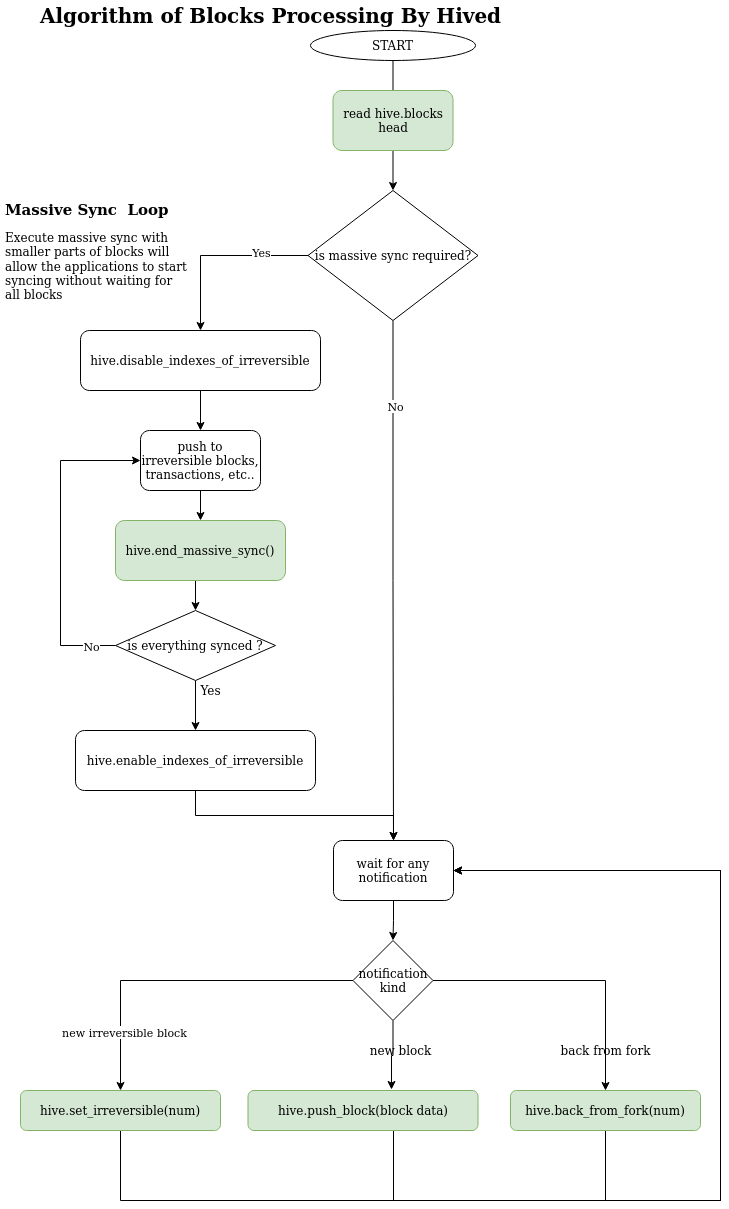
openhive-network/HAfAH keeps this draw.io diagram as src/hive_fork_manager/doc/evq_hived_process_blocks.png. Above is the earlier version. Source tidied: cells renumbered, new cells last; positions are measured from the earlier drawing's top-left corner, leaving out a move shared by most shapes.
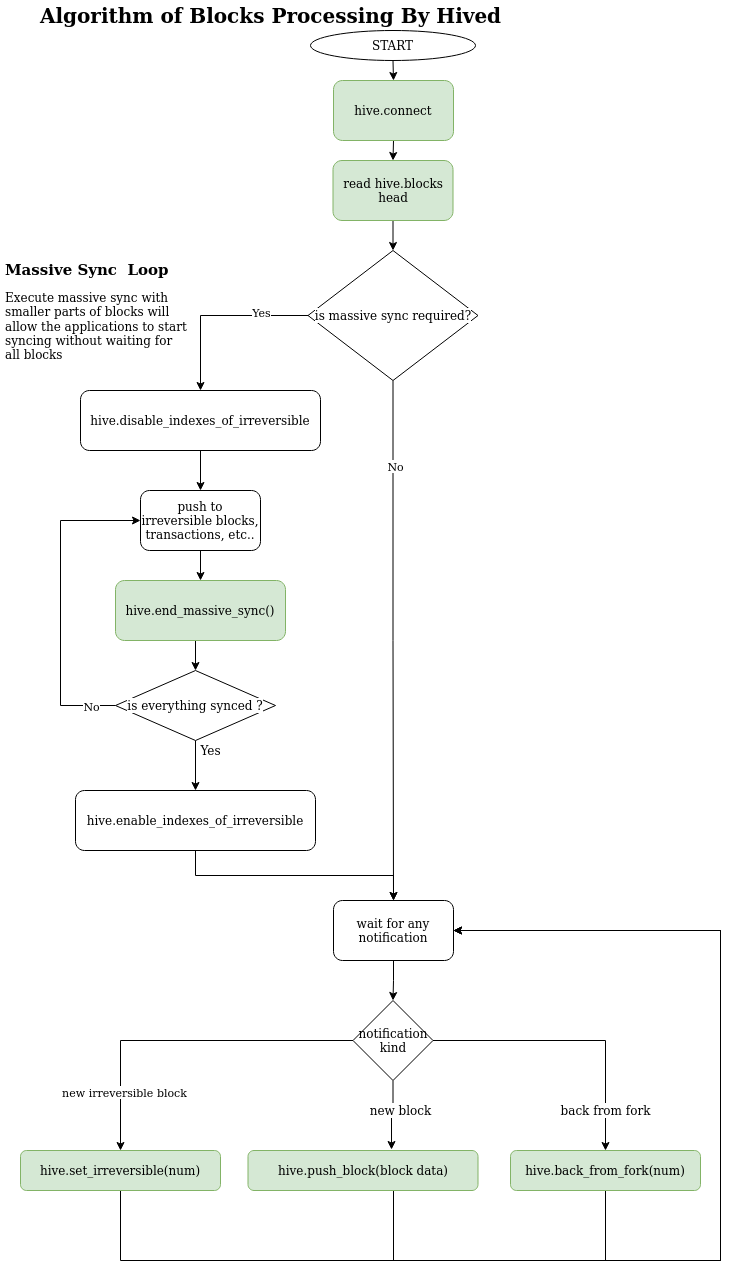
Above is the later version.

The edit, as a diff of the source:
```diff
@@ -2,71 +2,69 @@
   <root>
     <mxCell id="0" />
     <mxCell id="1" parent="0" />
-    <mxCell id="2" style="edgeStyle=orthogonalEdgeStyle;rounded=0;jettySize=auto;html=1;exitX=0.5;exitY=1;exitDx=0;exitDy=0;entryX=0.5;entryY=0;entryDx=0;entryDy=0;" parent="1" edge="1" source="3">
-      <mxGeometry relative="1" as="geometry">
-        <mxPoint x="392.5" y="120" as="targetPoint" />
-      </mxGeometry>
-    </mxCell>
+    <mxCell id="41" style="edgeStyle=orthogonalEdgeStyle;rounded=0;jettySize=auto;html=1;exitX=0.5;exitY=1;exitDx=0;exitDy=0;entryX=0.5;entryY=0;entryDx=0;entryDy=0;labelBackgroundColor=default;fontColor=default;strokeColor=default;" parent="1" edge="1" source="3" target="43">
+      <mxGeometry relative="1" as="geometry" />
+    </mxCell>
     <mxCell id="3" value="START" style="ellipse;whiteSpace=wrap;html=1;" parent="1" vertex="1">
-      <mxGeometry x="310" y="30" width="165" height="30" as="geometry" />
+      <mxGeometry x="310" y="-30" width="165" height="30" as="geometry" />
     </mxCell>
-    <mxCell id="4" style="edgeStyle=orthogonalEdgeStyle;rounded=0;jettySize=auto;html=1;exitX=0.5;exitY=1;exitDx=0;exitDy=0;entryX=0.5;entryY=0;entryDx=0;entryDy=0;" parent="1" edge="1" source="5" target="10">
+    <mxCell id="4" style="edgeStyle=orthogonalEdgeStyle;rounded=0;jettySize=auto;html=1;exitX=0.5;exitY=1;exitDx=0;exitDy=0;entryX=0.5;entryY=0;entryDx=0;entryDy=0;labelBackgroundColor=default;fontColor=default;" parent="1" edge="1" source="5" target="10">
       <mxGeometry relative="1" as="geometry" />
     </mxCell>
-    <mxCell id="5" value="read hive.blocks head" style="rounded=1;whiteSpace=wrap;html=1;fillColor=#d5e8d4;strokeColor=#82b366;" parent="1" vertex="1">
-      <mxGeometry x="332.5" y="90" width="120" height="60" as="geometry" />
+    <mxCell id="5" value="read hive.blocks head" style="rounded=1;whiteSpace=wrap;html=1;fillColor=#d5e8d4;strokeColor=#82b366;labelBackgroundColor=none;fontColor=default;" parent="1" vertex="1">
+      <mxGeometry x="332.5" y="100" width="120" height="60" as="geometry" />
     </mxCell>
-    <mxCell id="6" style="edgeStyle=orthogonalEdgeStyle;rounded=0;jettySize=auto;html=1;exitX=0;exitY=0.5;exitDx=0;exitDy=0;entryX=0.5;entryY=0;entryDx=0;entryDy=0;" parent="1" edge="1" source="10" target="38">
+    <mxCell id="6" style="edgeStyle=orthogonalEdgeStyle;rounded=0;jettySize=auto;html=1;exitX=0;exitY=0.5;exitDx=0;exitDy=0;entryX=0.5;entryY=0;entryDx=0;entryDy=0;labelBackgroundColor=default;fontColor=default;" parent="1" edge="1" source="10" target="38">
       <mxGeometry relative="1" as="geometry" />
     </mxCell>
-    <mxCell id="7" value="Yes" style="edgeLabel;html=1;align=center;verticalAlign=middle;" parent="6" vertex="1">
+    <mxCell id="7" value="Yes" style="edgeLabel;html=1;align=center;verticalAlign=middle;labelBackgroundColor=default;fontColor=default;" parent="6" vertex="1">
       <mxGeometry x="-0.48" y="-4" relative="1" as="geometry" />
     </mxCell>
-    <mxCell id="8" style="edgeStyle=orthogonalEdgeStyle;rounded=0;jettySize=auto;html=1;exitX=0.5;exitY=1;exitDx=0;exitDy=0;entryX=0.5;entryY=0;entryDx=0;entryDy=0;" parent="1" edge="1" source="10" target="21">
+    <mxCell id="8" style="edgeStyle=orthogonalEdgeStyle;rounded=0;jettySize=auto;html=1;exitX=0.5;exitY=1;exitDx=0;exitDy=0;entryX=0.5;entryY=0;entryDx=0;entryDy=0;labelBackgroundColor=default;fontColor=default;" parent="1" edge="1" source="10" target="21">
       <mxGeometry relative="1" as="geometry" />
     </mxCell>
-    <mxCell id="9" value="No" style="edgeLabel;html=1;align=center;verticalAlign=middle;" parent="8" vertex="1">
+    <mxCell id="9" value="No" style="edgeLabel;html=1;align=center;verticalAlign=middle;labelBackgroundColor=default;fontColor=default;" parent="8" vertex="1">
       <mxGeometry x="-0.67" y="2" relative="1" as="geometry" />
     </mxCell>
-    <mxCell id="10" value="is massive sync required?" style="rhombus;whiteSpace=wrap;html=1;" parent="1" vertex="1">
+    <mxCell id="10" value="is massive sync required?" style="rhombus;whiteSpace=wrap;html=1;labelBackgroundColor=default;fontColor=default;" parent="1" vertex="1">
       <mxGeometry x="307.5" y="190" width="170" height="130" as="geometry" />
     </mxCell>
-    <mxCell id="11" style="edgeStyle=orthogonalEdgeStyle;rounded=0;jettySize=auto;html=1;exitX=0.5;exitY=1;exitDx=0;exitDy=0;entryX=0.5;entryY=0;entryDx=0;entryDy=0;" parent="1" edge="1" source="12" target="14">
+    <mxCell id="11" style="edgeStyle=orthogonalEdgeStyle;rounded=0;jettySize=auto;html=1;exitX=0.5;exitY=1;exitDx=0;exitDy=0;entryX=0.5;entryY=0;entryDx=0;entryDy=0;labelBackgroundColor=default;fontColor=default;" parent="1" edge="1" source="12" target="14">
       <mxGeometry relative="1" as="geometry" />
     </mxCell>
-    <mxCell id="12" value="push to irreversible blocks, transactions, etc.." style="rounded=1;whiteSpace=wrap;html=1;" parent="1" vertex="1">
+    <mxCell id="12" value="push to irreversible blocks, transactions, etc.." style="rounded=1;whiteSpace=wrap;html=1;labelBackgroundColor=default;fontColor=default;" parent="1" vertex="1">
       <mxGeometry x="140" y="430" width="120" height="60" as="geometry" />
     </mxCell>
-    <mxCell id="13" style="edgeStyle=orthogonalEdgeStyle;rounded=0;jettySize=auto;html=1;exitX=0.5;exitY=1;exitDx=0;exitDy=0;entryX=0.5;entryY=0;entryDx=0;entryDy=0;" parent="1" edge="1" source="14" target="34">
+    <mxCell id="13" style="edgeStyle=orthogonalEdgeStyle;rounded=0;jettySize=auto;html=1;exitX=0.5;exitY=1;exitDx=0;exitDy=0;entryX=0.5;entryY=0;entryDx=0;entryDy=0;labelBackgroundColor=default;fontColor=default;" parent="1" edge="1" source="14" target="34">
       <mxGeometry relative="1" as="geometry" />
     </mxCell>
-    <mxCell id="14" value="hive.end_massive_sync()" style="rounded=1;whiteSpace=wrap;html=1;fillColor=#d5e8d4;strokeColor=#82b366;" parent="1" vertex="1">
+    <mxCell id="14" value="hive.end_massive_sync()" style="rounded=1;whiteSpace=wrap;html=1;fillColor=#d5e8d4;strokeColor=#82b366;labelBackgroundColor=none;fontColor=default;" parent="1" vertex="1">
       <mxGeometry x="115" y="520" width="170" height="60" as="geometry" />
     </mxCell>
-    <mxCell id="15" style="edgeStyle=orthogonalEdgeStyle;rounded=0;jettySize=auto;html=1;exitX=0.5;exitY=1;exitDx=0;exitDy=0;entryX=0.624;entryY=-0.025;entryDx=0;entryDy=0;entryPerimeter=0;" parent="1" edge="1" source="19" target="23">
+    <mxCell id="15" style="edgeStyle=orthogonalEdgeStyle;rounded=0;jettySize=auto;html=1;exitX=0.5;exitY=1;exitDx=0;exitDy=0;entryX=0.624;entryY=-0.025;entryDx=0;entryDy=0;entryPerimeter=0;labelBackgroundColor=default;fontColor=default;" parent="1" edge="1" source="19" target="23">
       <mxGeometry relative="1" as="geometry" />
     </mxCell>
-    <mxCell id="16" style="edgeStyle=orthogonalEdgeStyle;rounded=0;jettySize=auto;html=1;exitX=0;exitY=0.5;exitDx=0;exitDy=0;entryX=0.5;entryY=0;entryDx=0;entryDy=0;" parent="1" edge="1" source="19" target="25">
+    <mxCell id="16" style="edgeStyle=orthogonalEdgeStyle;rounded=0;jettySize=auto;html=1;exitX=0;exitY=0.5;exitDx=0;exitDy=0;entryX=0.5;entryY=0;entryDx=0;entryDy=0;labelBackgroundColor=default;fontColor=default;" parent="1" edge="1" source="19" target="25">
       <mxGeometry relative="1" as="geometry" />
     </mxCell>
-    <mxCell id="17" value="new irreversible block" style="edgeLabel;html=1;align=center;verticalAlign=middle;" parent="16" vertex="1">
+    <mxCell id="17" value="new irreversible block" style="edgeLabel;html=1;align=center;verticalAlign=middle;labelBackgroundColor=default;fontColor=default;" parent="16" vertex="1">
       <mxGeometry x="0.34" relative="1" as="geometry">
         <mxPoint y="51" as="offset" />
       </mxGeometry>
     </mxCell>
-    <mxCell id="18" style="edgeStyle=orthogonalEdgeStyle;rounded=0;jettySize=auto;html=1;exitX=1;exitY=0.5;exitDx=0;exitDy=0;" parent="1" edge="1" source="19" target="27">
+    <mxCell id="18" style="edgeStyle=orthogonalEdgeStyle;rounded=0;jettySize=auto;html=1;exitX=1;exitY=0.5;exitDx=0;exitDy=0;labelBackgroundColor=default;fontColor=default;" parent="1" edge="1" source="19" target="27">
       <mxGeometry relative="1" as="geometry" />
     </mxCell>
-    <mxCell id="19" value="notification kind" style="rhombus;whiteSpace=wrap;html=1;" parent="1" vertex="1">
+    <mxCell id="19" value="notification kind" style="rhombus;whiteSpace=wrap;html=1;labelBackgroundColor=none;fontColor=default;fillColor=default;strokeColor=default;" parent="1" vertex="1">
       <mxGeometry x="352.5" y="940" width="80" height="80" as="geometry" />
     </mxCell>
-    <mxCell id="20" style="edgeStyle=orthogonalEdgeStyle;rounded=0;jettySize=auto;html=1;exitX=0.5;exitY=1;exitDx=0;exitDy=0;" parent="1" edge="1" source="21" target="19">
+    <mxCell id="20" style="edgeStyle=orthogonalEdgeStyle;rounded=0;jettySize=auto;html=1;exitX=0.5;exitY=1;exitDx=0;exitDy=0;labelBackgroundColor=default;fontColor=default;" parent="1" edge="1" source="21" target="19">
       <mxGeometry relative="1" as="geometry" />
     </mxCell>
-    <mxCell id="21" value="wait for any notification" style="rounded=1;whiteSpace=wrap;html=1;" parent="1" vertex="1">
+    <mxCell id="21" value="wait for any notification" style="rounded=1;whiteSpace=wrap;html=1;labelBackgroundColor=default;fontColor=default;" parent="1" vertex="1">
       <mxGeometry x="333" y="840" width="120" height="60" as="geometry" />
     </mxCell>
-    <mxCell id="22" style="edgeStyle=orthogonalEdgeStyle;rounded=0;jettySize=auto;html=1;exitX=0.5;exitY=1;exitDx=0;exitDy=0;entryX=1;entryY=0.5;entryDx=0;entryDy=0;" parent="1" edge="1" source="23" target="21">
+    <mxCell id="22" style="edgeStyle=orthogonalEdgeStyle;rounded=0;jettySize=auto;html=1;exitX=0.5;exitY=1;exitDx=0;exitDy=0;entryX=1;entryY=0.5;entryDx=0;entryDy=0;labelBackgroundColor=default;fontColor=default;" parent="1" edge="1" source="23" target="21">
       <mxGeometry relative="1" as="geometry">
         <Array as="points">
           <mxPoint x="393" y="1200" />
@@ -75,10 +73,10 @@
         </Array>
       </mxGeometry>
     </mxCell>
-    <mxCell id="23" value="hive.push_block(block data)" style="rounded=1;whiteSpace=wrap;html=1;fillColor=#d5e8d4;strokeColor=#82b366;" parent="1" vertex="1">
+    <mxCell id="23" value="hive.push_block(block data)" style="rounded=1;whiteSpace=wrap;html=1;fillColor=#d5e8d4;strokeColor=#82b366;labelBackgroundColor=none;fontColor=default;" parent="1" vertex="1">
       <mxGeometry x="247.5" y="1090" width="230" height="40" as="geometry" />
     </mxCell>
-    <mxCell id="24" style="edgeStyle=orthogonalEdgeStyle;rounded=0;jettySize=auto;html=1;exitX=0.5;exitY=1;exitDx=0;exitDy=0;entryX=1;entryY=0.5;entryDx=0;entryDy=0;" parent="1" edge="1" source="25" target="21">
+    <mxCell id="24" style="edgeStyle=orthogonalEdgeStyle;rounded=0;jettySize=auto;html=1;exitX=0.5;exitY=1;exitDx=0;exitDy=0;entryX=1;entryY=0.5;entryDx=0;entryDy=0;labelBackgroundColor=default;fontColor=default;" parent="1" edge="1" source="25" target="21">
       <mxGeometry relative="1" as="geometry">
         <Array as="points">
           <mxPoint x="120" y="1200" />
@@ -87,10 +85,10 @@
         </Array>
       </mxGeometry>
     </mxCell>
-    <mxCell id="25" value="hive.set_irreversible(num)" style="rounded=1;whiteSpace=wrap;html=1;fillColor=#d5e8d4;strokeColor=#82b366;" parent="1" vertex="1">
+    <mxCell id="25" value="hive.set_irreversible(num)" style="rounded=1;whiteSpace=wrap;html=1;fillColor=#d5e8d4;strokeColor=#82b366;labelBackgroundColor=none;fontColor=default;" parent="1" vertex="1">
       <mxGeometry x="20" y="1090" width="200" height="40" as="geometry" />
     </mxCell>
-    <mxCell id="26" style="edgeStyle=orthogonalEdgeStyle;rounded=0;jettySize=auto;html=1;exitX=0.5;exitY=1;exitDx=0;exitDy=0;entryX=1;entryY=0.5;entryDx=0;entryDy=0;" parent="1" edge="1" source="27" target="21">
+    <mxCell id="26" style="edgeStyle=orthogonalEdgeStyle;rounded=0;jettySize=auto;html=1;exitX=0.5;exitY=1;exitDx=0;exitDy=0;entryX=1;entryY=0.5;entryDx=0;entryDy=0;labelBackgroundColor=default;fontColor=default;" parent="1" edge="1" source="27" target="21">
       <mxGeometry relative="1" as="geometry">
         <Array as="points">
           <mxPoint x="605" y="1200" />
@@ -99,19 +97,19 @@
         </Array>
       </mxGeometry>
     </mxCell>
-    <mxCell id="27" value="hive.back_from_fork(num)" style="rounded=1;whiteSpace=wrap;html=1;fillColor=#d5e8d4;strokeColor=#82b366;" parent="1" vertex="1">
+    <mxCell id="27" value="hive.back_from_fork(num)" style="rounded=1;whiteSpace=wrap;html=1;fillColor=#d5e8d4;strokeColor=#82b366;labelBackgroundColor=none;fontColor=default;" parent="1" vertex="1">
       <mxGeometry x="510" y="1090" width="190" height="40" as="geometry" />
     </mxCell>
-    <mxCell id="28" value="new block" style="text;html=1;align=center;verticalAlign=middle;strokeColor=none;" parent="1" vertex="1">
+    <mxCell id="28" value="new block" style="text;html=1;align=center;verticalAlign=middle;strokeColor=none;labelBackgroundColor=default;fontColor=default;" parent="1" vertex="1">
       <mxGeometry x="360" y="1040" width="80" height="20" as="geometry" />
     </mxCell>
-    <mxCell id="29" value="back from fork" style="text;html=1;align=center;verticalAlign=middle;strokeColor=none;" parent="1" vertex="1">
+    <mxCell id="29" value="back from fork" style="text;html=1;align=center;verticalAlign=middle;strokeColor=none;labelBackgroundColor=default;fontColor=default;" parent="1" vertex="1">
       <mxGeometry x="550" y="1040" width="110" height="20" as="geometry" />
     </mxCell>
     <mxCell id="30" value="Algorithm of Blocks Processing By Hived" style="text;html=1;align=center;verticalAlign=middle;strokeColor=none;fontStyle=1;fontSize=20;" parent="1" vertex="1">
-      <mxGeometry x="30" width="480" height="30" as="geometry" />
+      <mxGeometry x="30" y="-60" width="480" height="30" as="geometry" />
     </mxCell>
-    <mxCell id="31" style="edgeStyle=orthogonalEdgeStyle;rounded=0;jettySize=auto;html=1;exitX=0;exitY=0.5;exitDx=0;exitDy=0;entryX=0;entryY=0.5;entryDx=0;entryDy=0;" parent="1" edge="1" source="34" target="12">
+    <mxCell id="31" style="edgeStyle=orthogonalEdgeStyle;rounded=0;jettySize=auto;html=1;exitX=0;exitY=0.5;exitDx=0;exitDy=0;entryX=0;entryY=0.5;entryDx=0;entryDy=0;labelBackgroundColor=default;fontColor=default;" parent="1" edge="1" source="34" target="12">
       <mxGeometry relative="1" as="geometry">
         <Array as="points">
           <mxPoint x="60" y="645" />
@@ -119,34 +117,40 @@
         </Array>
       </mxGeometry>
     </mxCell>
-    <mxCell id="32" value="No" style="edgeLabel;html=1;align=center;verticalAlign=middle;" parent="31" vertex="1">
+    <mxCell id="32" value="No" style="edgeLabel;html=1;align=center;verticalAlign=middle;labelBackgroundColor=default;fontColor=default;" parent="31" vertex="1">
       <mxGeometry x="-0.73" y="-1" relative="1" as="geometry">
         <mxPoint x="18" y="1" as="offset" />
       </mxGeometry>
     </mxCell>
-    <mxCell id="33" style="edgeStyle=orthogonalEdgeStyle;rounded=0;jettySize=auto;html=1;exitX=0.5;exitY=1;exitDx=0;exitDy=0;entryX=0.5;entryY=0;entryDx=0;entryDy=0;" parent="1" edge="1" source="34" target="40">
+    <mxCell id="33" style="edgeStyle=orthogonalEdgeStyle;rounded=0;jettySize=auto;html=1;exitX=0.5;exitY=1;exitDx=0;exitDy=0;entryX=0.5;entryY=0;entryDx=0;entryDy=0;labelBackgroundColor=default;fontColor=default;" parent="1" edge="1" source="34" target="40">
       <mxGeometry relative="1" as="geometry" />
     </mxCell>
-    <mxCell id="34" value="is everything synced ?" style="rhombus;whiteSpace=wrap;html=1;" parent="1" vertex="1">
+    <mxCell id="34" value="is everything synced ?" style="rhombus;whiteSpace=wrap;html=1;labelBackgroundColor=default;fontColor=default;" parent="1" vertex="1">
       <mxGeometry x="115" y="610" width="160" height="70" as="geometry" />
     </mxCell>
-    <mxCell id="35" value="Yes" style="text;html=1;align=center;verticalAlign=middle;strokeColor=none;" parent="1" vertex="1">
+    <mxCell id="35" value="Yes" style="text;html=1;align=center;verticalAlign=middle;strokeColor=none;labelBackgroundColor=default;fontColor=default;" parent="1" vertex="1">
       <mxGeometry x="190" y="680" width="40" height="20" as="geometry" />
     </mxCell>
-    <mxCell id="36" value="&lt;h1 style=&quot;font-size: 15px&quot;&gt;Massive Sync&amp;nbsp; Loop&lt;br&gt;&lt;/h1&gt;&lt;p&gt;Execute massive sync with smaller parts of blocks will allow the applications to start syncing without waiting for all blocks&lt;br&gt;&lt;/p&gt;" style="text;html=1;strokeColor=none;fillColor=none;spacing=5;spacingTop=-20;whiteSpace=wrap;overflow=hidden;rounded=0;" parent="1" vertex="1">
+    <mxCell id="36" value="&lt;h1 style=&quot;font-size: 15px&quot;&gt;Massive Sync&amp;nbsp; Loop&lt;br&gt;&lt;/h1&gt;&lt;p&gt;Execute massive sync with smaller parts of blocks will allow the applications to start syncing without waiting for all blocks&lt;br&gt;&lt;/p&gt;" style="text;html=1;strokeColor=none;fillColor=none;spacing=5;spacingTop=-20;whiteSpace=wrap;overflow=hidden;rounded=0;labelBackgroundColor=default;fontColor=default;" parent="1" vertex="1">
       <mxGeometry y="200" width="190" height="200" as="geometry" />
     </mxCell>
-    <mxCell id="37" style="edgeStyle=orthogonalEdgeStyle;rounded=0;jettySize=auto;html=1;exitX=0.5;exitY=1;exitDx=0;exitDy=0;entryX=0.5;entryY=0;entryDx=0;entryDy=0;" parent="1" edge="1" source="38" target="12">
+    <mxCell id="37" style="edgeStyle=orthogonalEdgeStyle;rounded=0;jettySize=auto;html=1;exitX=0.5;exitY=1;exitDx=0;exitDy=0;entryX=0.5;entryY=0;entryDx=0;entryDy=0;labelBackgroundColor=default;fontColor=default;" parent="1" edge="1" source="38" target="12">
       <mxGeometry relative="1" as="geometry" />
     </mxCell>
-    <mxCell id="38" value="hive.disable_indexes_of_irreversible" style="rounded=1;whiteSpace=wrap;html=1;" parent="1" vertex="1">
+    <mxCell id="38" value="hive.disable_indexes_of_irreversible" style="rounded=1;whiteSpace=wrap;html=1;labelBackgroundColor=default;fontColor=default;" parent="1" vertex="1">
       <mxGeometry x="80" y="330" width="240" height="60" as="geometry" />
     </mxCell>
-    <mxCell id="39" style="edgeStyle=orthogonalEdgeStyle;rounded=0;jettySize=auto;html=1;exitX=0.5;exitY=1;exitDx=0;exitDy=0;entryX=0.5;entryY=0;entryDx=0;entryDy=0;" parent="1" edge="1" source="40" target="21">
+    <mxCell id="39" style="edgeStyle=orthogonalEdgeStyle;rounded=0;jettySize=auto;html=1;exitX=0.5;exitY=1;exitDx=0;exitDy=0;entryX=0.5;entryY=0;entryDx=0;entryDy=0;labelBackgroundColor=default;fontColor=default;" parent="1" edge="1" source="40" target="21">
       <mxGeometry relative="1" as="geometry" />
     </mxCell>
-    <mxCell id="40" value="hive.enable_indexes_of_irreversible" style="rounded=1;whiteSpace=wrap;html=1;" parent="1" vertex="1">
+    <mxCell id="40" value="hive.enable_indexes_of_irreversible" style="rounded=1;whiteSpace=wrap;html=1;labelBackgroundColor=default;fontColor=default;" parent="1" vertex="1">
       <mxGeometry x="75" y="730" width="240" height="60" as="geometry" />
     </mxCell>
+    <mxCell id="42" style="edgeStyle=orthogonalEdgeStyle;rounded=0;jettySize=auto;html=1;exitX=0.5;exitY=1;exitDx=0;exitDy=0;entryX=0.5;entryY=0;entryDx=0;entryDy=0;labelBackgroundColor=default;fontColor=default;" parent="1" edge="1" source="43" target="5">
+      <mxGeometry relative="1" as="geometry" />
+    </mxCell>
+    <mxCell id="43" value="hive.connect" style="rounded=1;whiteSpace=wrap;html=1;fillColor=#d5e8d4;strokeColor=#82b366;labelBackgroundColor=none;fontColor=default;" parent="1" vertex="1">
+      <mxGeometry x="333" y="20" width="120" height="60" as="geometry" />
+    </mxCell>
   </root>
 </mxGraphModel>
```
